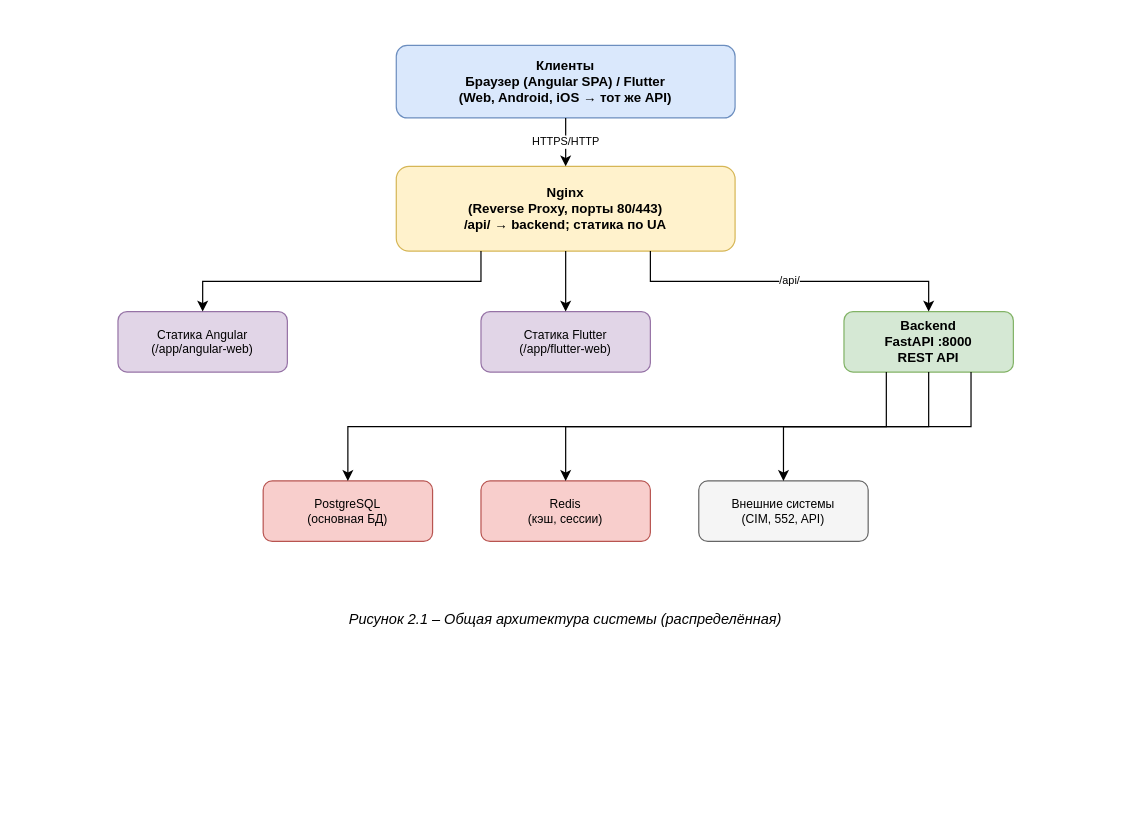
paradniknikita-debug/mobilka keeps this draw.io diagram as docs/рисунок_2.1_архитектура.drawio. Above is the earlier version. Source tidied: cells renumbered, new cells numbered last; positions are measured from the earlier drawing's top-left corner, leaving out a move shared by most shapes. Both pictures are drawn from the tidied source at 121%, with x=0, y=0 at pixel (21, 21).
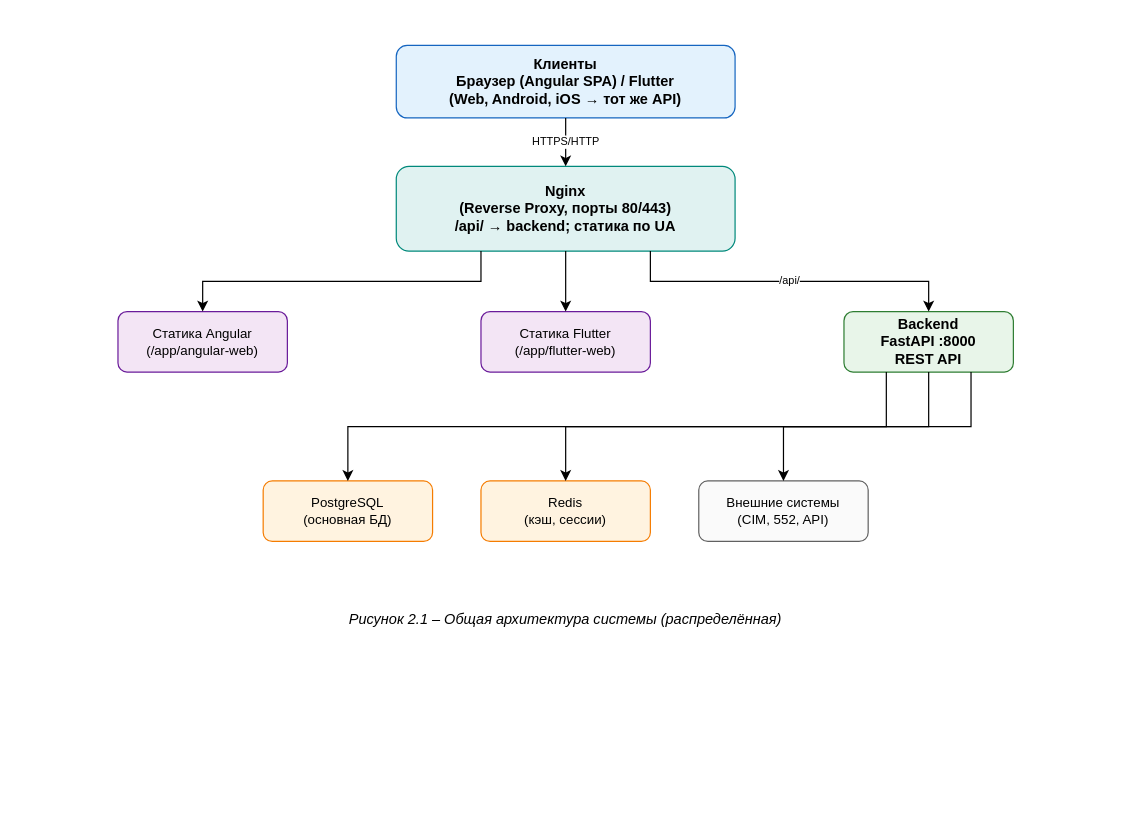
After the change.

What changed in the source:
```diff
@@
 <mxGraphModel>
   <root>
     <mxCell id="0" />
     <mxCell id="1" parent="0" />
     <mxCell id="2" style="rounded=0;whiteSpace=wrap;html=1;fillColor=#FFFFFF;strokeColor=none;" parent="1" vertex="1">
       <mxGeometry width="900" height="650" as="geometry" />
     </mxCell>
-    <mxCell id="3" value="Клиенты&#10;Браузер (Angular SPA) / Flutter&#10;(Web, Android, iOS → тот же API)" style="rounded=1;whiteSpace=wrap;html=1;fillColor=#dae8fc;strokeColor=#6c8ebf;fontStyle=1;fontSize=11;" parent="1" vertex="1">
+    <mxCell id="3" value="Клиенты&#10;Браузер (Angular SPA) / Flutter&#10;(Web, Android, iOS → тот же API)" style="rounded=1;whiteSpace=wrap;html=1;fillColor=#E3F2FD;strokeColor=#1565C0;fontStyle=1;fontSize=12;fontColor=#000000;" parent="1" vertex="1">
       <mxGeometry x="310" y="20" width="280" height="60" as="geometry" />
     </mxCell>
-    <mxCell id="4" value="Nginx&#10;(Reverse Proxy, порты 80/443)&#10;/api/ → backend; статика по UA" style="rounded=1;whiteSpace=wrap;html=1;fillColor=#fff2cc;strokeColor=#d6b656;fontStyle=1;fontSize=11;" parent="1" vertex="1">
+    <mxCell id="4" value="Nginx&#10;(Reverse Proxy, порты 80/443)&#10;/api/ → backend; статика по UA" style="rounded=1;whiteSpace=wrap;html=1;fillColor=#E0F2F1;strokeColor=#00897B;fontStyle=1;fontSize=12;fontColor=#000000;" parent="1" vertex="1">
       <mxGeometry x="310" y="120" width="280" height="70" as="geometry" />
     </mxCell>
-    <mxCell id="5" value="Статика Angular&#10;(/app/angular-web)" style="rounded=1;whiteSpace=wrap;html=1;fillColor=#e1d5e7;strokeColor=#9673a6;fontSize=10;" parent="1" vertex="1">
+    <mxCell id="5" value="Статика Angular&#10;(/app/angular-web)" style="rounded=1;whiteSpace=wrap;html=1;fillColor=#F3E5F5;strokeColor=#6A1B9A;fontSize=11;fontColor=#000000;" parent="1" vertex="1">
       <mxGeometry x="80" y="240" width="140" height="50" as="geometry" />
     </mxCell>
-    <mxCell id="6" value="Статика Flutter&#10;(/app/flutter-web)" style="rounded=1;whiteSpace=wrap;html=1;fillColor=#e1d5e7;strokeColor=#9673a6;fontSize=10;" parent="1" vertex="1">
+    <mxCell id="6" value="Статика Flutter&#10;(/app/flutter-web)" style="rounded=1;whiteSpace=wrap;html=1;fillColor=#F3E5F5;strokeColor=#6A1B9A;fontSize=11;fontColor=#000000;" parent="1" vertex="1">
       <mxGeometry x="380" y="240" width="140" height="50" as="geometry" />
     </mxCell>
-    <mxCell id="7" value="Backend&#10;FastAPI :8000&#10;REST API" style="rounded=1;whiteSpace=wrap;html=1;fillColor=#d5e8d4;strokeColor=#82b366;fontStyle=1;fontSize=11;" parent="1" vertex="1">
+    <mxCell id="7" value="Backend&#10;FastAPI :8000&#10;REST API" style="rounded=1;whiteSpace=wrap;html=1;fillColor=#E8F5E9;strokeColor=#2E7D32;fontStyle=1;fontSize=12;fontColor=#000000;" parent="1" vertex="1">
       <mxGeometry x="680" y="240" width="140" height="50" as="geometry" />
     </mxCell>
-    <mxCell id="8" value="PostgreSQL&#10;(основная БД)" style="rounded=1;whiteSpace=wrap;html=1;fillColor=#f8cecc;strokeColor=#b85450;fontSize=10;" parent="1" vertex="1">
+    <mxCell id="8" value="PostgreSQL&#10;(основная БД)" style="rounded=1;whiteSpace=wrap;html=1;fillColor=#FFF3E0;strokeColor=#F57C00;fontSize=11;fontColor=#000000;" parent="1" vertex="1">
       <mxGeometry x="200" y="380" width="140" height="50" as="geometry" />
     </mxCell>
-    <mxCell id="9" value="Redis&#10;(кэш, сессии)" style="rounded=1;whiteSpace=wrap;html=1;fillColor=#f8cecc;strokeColor=#b85450;fontSize=10;" parent="1" vertex="1">
+    <mxCell id="9" value="Redis&#10;(кэш, сессии)" style="rounded=1;whiteSpace=wrap;html=1;fillColor=#FFF3E0;strokeColor=#F57C00;fontSize=11;fontColor=#000000;" parent="1" vertex="1">
       <mxGeometry x="380" y="380" width="140" height="50" as="geometry" />
     </mxCell>
-    <mxCell id="10" value="Внешние системы&#10;(CIM, 552, API)" style="rounded=1;whiteSpace=wrap;html=1;fillColor=#f5f5f5;strokeColor=#666666;fontSize=10;" parent="1" vertex="1">
+    <mxCell id="10" value="Внешние системы&#10;(CIM, 552, API)" style="rounded=1;whiteSpace=wrap;html=1;fillColor=#FAFAFA;strokeColor=#616161;fontSize=11;fontColor=#000000;" parent="1" vertex="1">
       <mxGeometry x="560" y="380" width="140" height="50" as="geometry" />
     </mxCell>
-    <mxCell id="11" value="HTTPS/HTTP" style="edgeStyle=orthogonalEdgeStyle;rounded=0;jettySize=auto;html=1;exitX=0.5;exitY=1;exitDx=0;exitDy=0;entryX=0.5;entryY=0;entryDx=0;entryDy=0;fontSize=9;" parent="1" edge="1" source="3" target="4">
+    <mxCell id="11" value="HTTPS/HTTP" style="edgeStyle=orthogonalEdgeStyle;rounded=0;jettySize=auto;html=1;strokeColor=#000000;fontColor=#000000;exitX=0.5;exitY=1;exitDx=0;exitDy=0;entryX=0.5;entryY=0;entryDx=0;entryDy=0;fontSize=9;" parent="1" edge="1" source="3" target="4">
       <mxGeometry relative="1" as="geometry" />
     </mxCell>
-    <mxCell id="12" style="edgeStyle=orthogonalEdgeStyle;rounded=0;jettySize=auto;html=1;exitX=0.25;exitY=1;exitDx=0;exitDy=0;entryX=0.5;entryY=0;entryDx=0;entryDy=0;" parent="1" edge="1" source="4" target="5">
+    <mxCell id="12" style="edgeStyle=orthogonalEdgeStyle;rounded=0;jettySize=auto;html=1;strokeColor=#000000;fontColor=#000000;exitX=0.25;exitY=1;exitDx=0;exitDy=0;entryX=0.5;entryY=0;entryDx=0;entryDy=0;" parent="1" edge="1" source="4" target="5">
       <mxGeometry relative="1" as="geometry" />
     </mxCell>
-    <mxCell id="13" style="edgeStyle=orthogonalEdgeStyle;rounded=0;jettySize=auto;html=1;exitX=0.5;exitY=1;exitDx=0;exitDy=0;entryX=0.5;entryY=0;entryDx=0;entryDy=0;" parent="1" edge="1" source="4" target="6">
+    <mxCell id="13" style="edgeStyle=orthogonalEdgeStyle;rounded=0;jettySize=auto;html=1;strokeColor=#000000;fontColor=#000000;exitX=0.5;exitY=1;exitDx=0;exitDy=0;entryX=0.5;entryY=0;entryDx=0;entryDy=0;" parent="1" edge="1" source="4" target="6">
       <mxGeometry relative="1" as="geometry" />
     </mxCell>
-    <mxCell id="14" value="/api/" style="edgeStyle=orthogonalEdgeStyle;rounded=0;jettySize=auto;html=1;exitX=0.75;exitY=1;exitDx=0;exitDy=0;entryX=0.5;entryY=0;entryDx=0;entryDy=0;fontSize=9;" parent="1" edge="1" source="4" target="7">
+    <mxCell id="14" value="/api/" style="edgeStyle=orthogonalEdgeStyle;rounded=0;jettySize=auto;html=1;strokeColor=#000000;fontColor=#000000;exitX=0.75;exitY=1;exitDx=0;exitDy=0;entryX=0.5;entryY=0;entryDx=0;entryDy=0;fontSize=9;" parent="1" edge="1" source="4" target="7">
       <mxGeometry relative="1" as="geometry" />
     </mxCell>
-    <mxCell id="15" style="edgeStyle=orthogonalEdgeStyle;rounded=0;jettySize=auto;html=1;exitX=0.25;exitY=1;exitDx=0;exitDy=0;entryX=0.5;entryY=0;entryDx=0;entryDy=0;" parent="1" edge="1" source="7" target="8">
+    <mxCell id="15" style="edgeStyle=orthogonalEdgeStyle;rounded=0;jettySize=auto;html=1;strokeColor=#000000;fontColor=#000000;exitX=0.25;exitY=1;exitDx=0;exitDy=0;entryX=0.5;entryY=0;entryDx=0;entryDy=0;" parent="1" edge="1" source="7" target="8">
       <mxGeometry relative="1" as="geometry" />
     </mxCell>
-    <mxCell id="16" style="edgeStyle=orthogonalEdgeStyle;rounded=0;jettySize=auto;html=1;exitX=0.5;exitY=1;exitDx=0;exitDy=0;entryX=0.5;entryY=0;entryDx=0;entryDy=0;" parent="1" edge="1" source="7" target="9">
+    <mxCell id="16" style="edgeStyle=orthogonalEdgeStyle;rounded=0;jettySize=auto;html=1;strokeColor=#000000;fontColor=#000000;exitX=0.5;exitY=1;exitDx=0;exitDy=0;entryX=0.5;entryY=0;entryDx=0;entryDy=0;" parent="1" edge="1" source="7" target="9">
       <mxGeometry relative="1" as="geometry" />
     </mxCell>
-    <mxCell id="17" style="edgeStyle=orthogonalEdgeStyle;rounded=0;jettySize=auto;html=1;exitX=0.75;exitY=1;exitDx=0;exitDy=0;entryX=0.5;entryY=0;entryDx=0;entryDy=0;" parent="1" edge="1" source="7" target="10">
+    <mxCell id="17" style="edgeStyle=orthogonalEdgeStyle;rounded=0;jettySize=auto;html=1;strokeColor=#000000;fontColor=#000000;exitX=0.75;exitY=1;exitDx=0;exitDy=0;entryX=0.5;entryY=0;entryDx=0;entryDy=0;" parent="1" edge="1" source="7" target="10">
       <mxGeometry relative="1" as="geometry" />
     </mxCell>
-    <mxCell id="18" value="Рисунок 2.1 – Общая архитектура системы (распределённая)" style="text;html=1;strokeColor=none;fillColor=none;align=center;verticalAlign=middle;whiteSpace=wrap;rounded=0;fontStyle=2;fontSize=12;" parent="1" vertex="1">
+    <mxCell id="18" value="Рисунок 2.1 – Общая архитектура системы (распределённая)" style="text;html=1;strokeColor=none;fillColor=none;align=center;verticalAlign=middle;whiteSpace=wrap;rounded=0;fontStyle=2;fontSize=12;fontColor=#000000;" parent="1" vertex="1">
       <mxGeometry x="250" y="480" width="400" height="30" as="geometry" />
     </mxCell>
   </root>
 </mxGraphModel>
```
